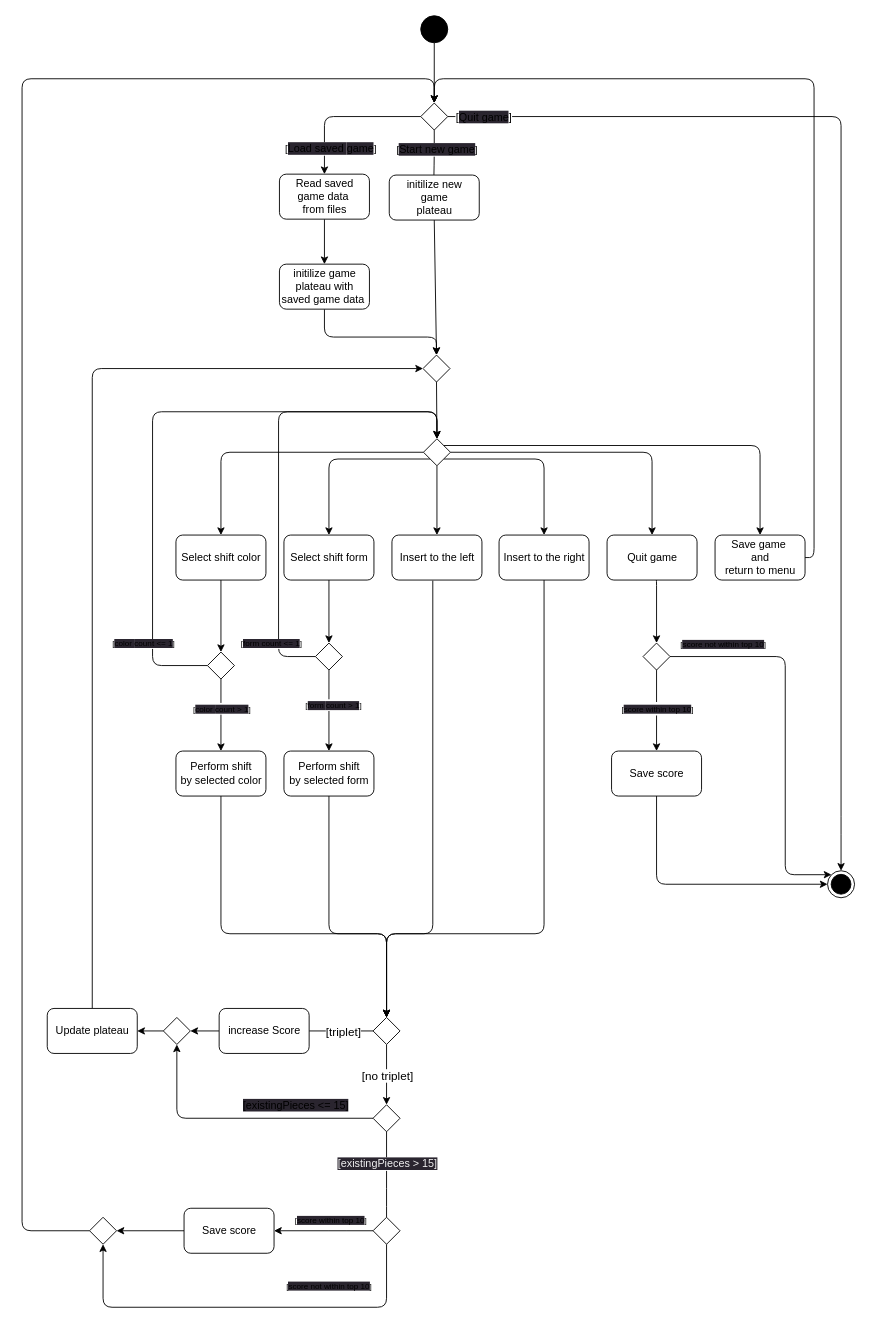
The draw.io diagram docs/diagrams/activityDiagram.drawio in AbderrahimeEl/Tetris, before the edit. Source tidied: cells renumbered, new cells numbered last; positions are measured from the earlier drawing's top-left corner, leaving out a move shared by most shapes. Both pictures are drawn from the tidied source at 90%, with x=0, y=0 at pixel (22, 15).
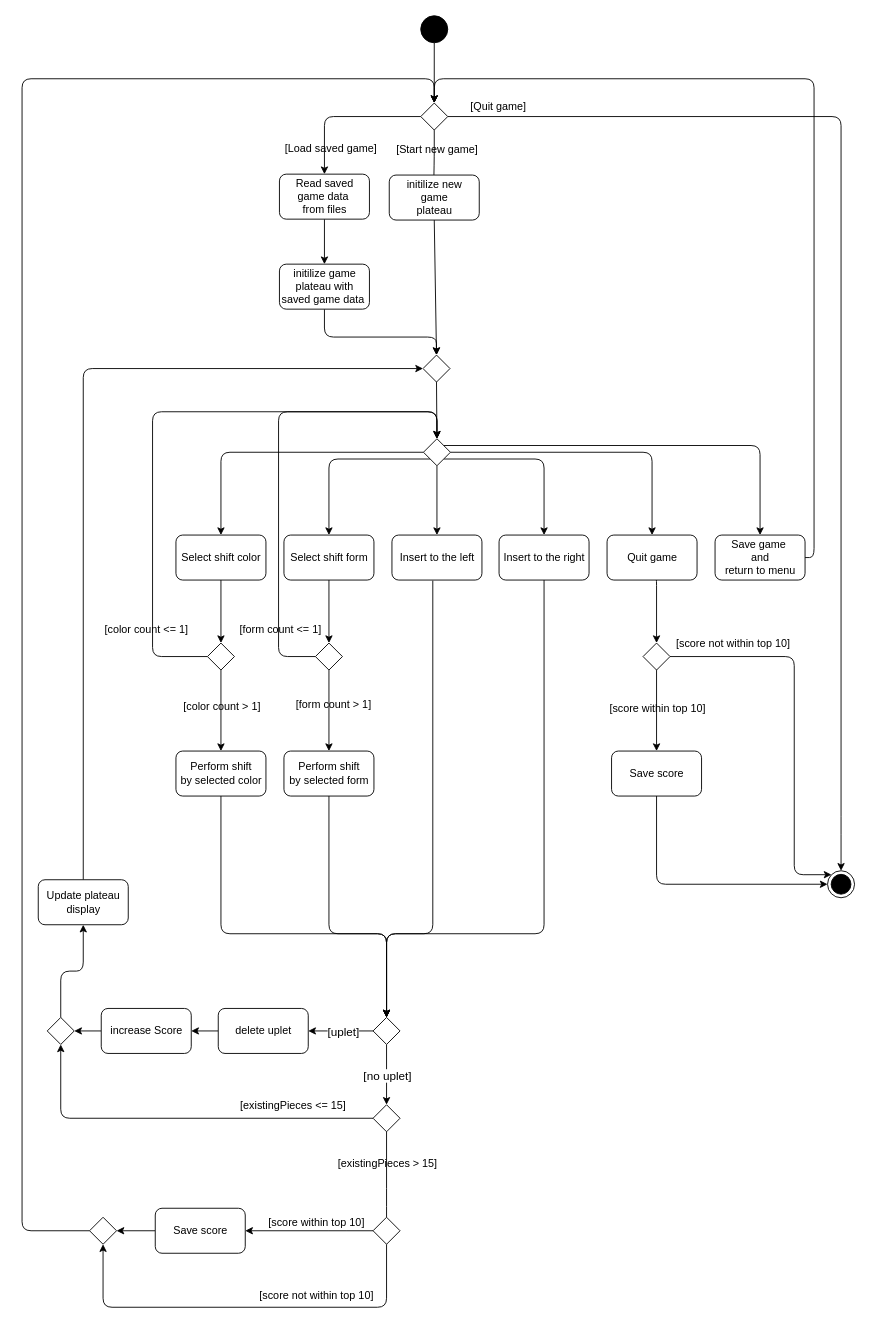
The same page after the edit.

Unchanged cells that the change refers to:
```xml
<mxCell id="2" style="edgeStyle=orthogonalEdgeStyle;html=1;fontSize=13;exitX=0;exitY=0.5;exitDx=0;exitDy=0;entryX=0.5;entryY=0;entryDx=0;entryDy=0;" parent="1" edge="1" source="36" target="9">
  <mxGeometry relative="1" as="geometry">
    <Array as="points">
      <mxPoint x="336" y="112" />
    </Array>
  </mxGeometry>
</mxCell>
<mxCell id="4" style="edgeStyle=orthogonalEdgeStyle;html=1;fontSize=13;exitX=0.5;exitY=1;exitDx=0;exitDy=0;entryX=0.5;entryY=0;entryDx=0;entryDy=0;" parent="1" edge="1" source="36" target="12">
  <mxGeometry relative="1" as="geometry">
    <Array as="points">
      <mxPoint x="457.5" y="156" />
      <mxPoint x="457.5" y="156" />
      <mxPoint x="457.5" y="186" />
      <mxPoint x="457.5" y="186" />
    </Array>
  </mxGeometry>
</mxCell>
<mxCell id="26" style="edgeStyle=orthogonalEdgeStyle;html=1;exitX=0.5;exitY=1;exitDx=0;exitDy=0;entryX=0.5;entryY=0;entryDx=0;entryDy=0;" parent="1" edge="1" source="53" target="58">
  <mxGeometry relative="1" as="geometry" />
</mxCell>
<mxCell id="30" style="ellipse;html=1;shape=endState;fillColor=strokeColor;" parent="1" vertex="1">
  <mxGeometry x="895" y="950" width="30" height="30" as="geometry" />
</mxCell>
<mxCell id="38" style="rhombus;" parent="1" vertex="1">
  <mxGeometry x="446" y="470" width="30" height="30" as="geometry" />
</mxCell>
<mxCell id="40" style="rhombus;" parent="1" vertex="1">
  <mxGeometry x="445.5" y="377" width="30" height="30" as="geometry" />
</mxCell>
<mxCell id="41" style="edgeStyle=orthogonalEdgeStyle;html=1;entryX=0.5;entryY=0;entryDx=0;entryDy=0;exitX=0.5;exitY=1;exitDx=0;exitDy=0;" parent="1" edge="1" source="60" target="46">
  <mxGeometry relative="1" as="geometry" />
</mxCell>
<mxCell id="47" style="edgeStyle=orthogonalEdgeStyle;html=1;fontSize=9;entryX=0.5;entryY=0;entryDx=0;entryDy=0;exitX=0;exitY=0.5;exitDx=0;exitDy=0;" parent="1" edge="1" source="59" target="38">
  <mxGeometry relative="1" as="geometry">
    <Array as="points">
      <mxPoint x="285" y="712" />
      <mxPoint x="285" y="440" />
      <mxPoint x="461" y="440" />
    </Array>
  </mxGeometry>
</mxCell>
<mxCell id="53" style="rhombus;labelBackgroundColor=none;labelBorderColor=none;fontSize=9;html=0;" parent="1" vertex="1">
  <mxGeometry x="390" y="1113" width="30" height="30" as="geometry" />
</mxCell>
<mxCell id="58" style="rhombus;labelBackgroundColor=none;labelBorderColor=none;fontSize=12;html=0;" parent="1" vertex="1">
  <mxGeometry x="390" y="1210" width="30" height="30" as="geometry" />
</mxCell>
<mxCell id="64" style="edgeStyle=orthogonalEdgeStyle;html=1;entryX=0.5;entryY=0;entryDx=0;entryDy=0;fontSize=12;endArrow=classic;endFill=1;exitX=1;exitY=0.5;exitDx=0;exitDy=0;" parent="1" edge="1" source="36" target="30">
  <mxGeometry relative="1" as="geometry">
    <Array as="points">
      <mxPoint x="910" y="112" />
      <mxPoint x="910" y="900" />
      <mxPoint x="910" y="900" />
    </Array>
  </mxGeometry>
</mxCell>
<mxCell id="66" style="edgeStyle=orthogonalEdgeStyle;html=1;exitX=0.5;exitY=1;exitDx=0;exitDy=0;endArrow=none;entryX=0.5;entryY=0;entryDx=0;entryDy=0;" parent="1" edge="1" source="58" target="78">
  <mxGeometry relative="1" as="geometry">
    <Array as="points">
      <mxPoint x="405" y="1313" />
      <mxPoint x="405" y="1443" />
    </Array>
  </mxGeometry>
</mxCell>
<mxCell id="69" style="edgeStyle=orthogonalEdgeStyle;html=1;fontSize=12;endArrow=classic;endFill=1;entryX=0.5;entryY=0;entryDx=0;entryDy=0;" parent="1" edge="1" source="73" target="80">
  <mxGeometry relative="1" as="geometry" />
</mxCell>
<mxCell id="73" style="rhombus;labelBackgroundColor=none;labelBorderColor=none;fontSize=12;html=0;" parent="1" vertex="1">
  <mxGeometry x="690" y="697" width="30" height="30" as="geometry" />
</mxCell>
<mxCell id="74" style="edgeStyle=orthogonalEdgeStyle;html=1;entryX=1;entryY=0.5;entryDx=0;entryDy=0;fontSize=12;endArrow=classic;endFill=1;" parent="1" edge="1" source="78" target="82">
  <mxGeometry relative="1" as="geometry">
    <Array as="points">
      <mxPoint x="350" y="1350" />
      <mxPoint x="350" y="1350" />
    </Array>
  </mxGeometry>
</mxCell>
<mxCell id="76" style="edgeStyle=orthogonalEdgeStyle;html=1;fontSize=12;endArrow=classic;endFill=1;entryX=0.5;entryY=1;entryDx=0;entryDy=0;" parent="1" edge="1" source="78" target="84">
  <mxGeometry relative="1" as="geometry">
    <Array as="points">
      <mxPoint x="405" y="1435" />
      <mxPoint x="90" y="1435" />
    </Array>
  </mxGeometry>
</mxCell>
```

The edit, as a diff of the source:
```diff
@@
-    <mxCell id="3" value="[&lt;span style=&quot;font-size: 12px; background-color: rgb(42, 37, 47);&quot;&gt;Load saved&amp;nbsp;&lt;/span&gt;&lt;span style=&quot;font-size: 12px; background-color: rgb(42, 37, 47);&quot;&gt;game&lt;/span&gt;]" style="edgeLabel;html=1;align=center;verticalAlign=middle;" parent="2" vertex="1">
+    <mxCell id="3" value="[&lt;span style=&quot;font-size: 12px;&quot;&gt;Load saved&amp;nbsp;&lt;/span&gt;&lt;span style=&quot;font-size: 12px;&quot;&gt;game&lt;/span&gt;]" style="edgeLabel;html=1;align=center;verticalAlign=middle;labelBackgroundColor=none;fontSize=12;" parent="2" vertex="1">
       <mxGeometry x="-0.57" y="2" relative="1" as="geometry">
         <mxPoint x="-64" y="33" as="offset" />
       </mxGeometry>
     </mxCell>
@@
-    <mxCell id="5" value="[&lt;span style=&quot;font-size: 12px; background-color: rgb(42, 37, 47);&quot;&gt;Start new game&lt;/span&gt;]" style="edgeLabel;html=1;align=center;verticalAlign=middle;" parent="4" vertex="1">
+    <mxCell id="5" value="[&lt;span style=&quot;font-size: 12px;&quot;&gt;Start new game&lt;/span&gt;]" style="edgeLabel;html=1;align=center;verticalAlign=middle;labelBackgroundColor=none;fontSize=12;" parent="4" vertex="1">
       <mxGeometry x="-0.16" y="2" relative="1" as="geometry">
         <mxPoint x="1" y="-8" as="offset" />
       </mxGeometry>
     </mxCell>
@@
-    <mxCell id="27" value="&lt;span style=&quot;font-size: 13px;&quot;&gt;[no triplet]&lt;/span&gt;" style="edgeLabel;html=1;align=center;verticalAlign=middle;" parent="26" vertex="1">
+    <mxCell id="27" value="&lt;span style=&quot;font-size: 13px;&quot;&gt;[no uplet]&lt;/span&gt;" style="edgeLabel;html=1;align=center;verticalAlign=middle;" parent="26" vertex="1">
       <mxGeometry x="-0.73" y="-3" relative="1" as="geometry">
         <mxPoint x="3" y="25" as="offset" />
       </mxGeometry>
     </mxCell>
     <mxCell id="28" style="edgeStyle=orthogonalEdgeStyle;html=1;entryX=0.5;entryY=1;entryDx=0;entryDy=0;exitX=0;exitY=0.5;exitDx=0;exitDy=0;" parent="1" edge="1" source="58" target="57">
       <mxGeometry relative="1" as="geometry">
         <Array as="points">
-          <mxPoint x="172" y="1225" />
+          <mxPoint x="43" y="1225" />
         </Array>
       </mxGeometry>
     </mxCell>
-    <mxCell id="29" value="&lt;span style=&quot;background-color: rgb(42, 37, 47); font-size: 12px;&quot;&gt;[existingPieces &amp;lt;= 15]&lt;/span&gt;" style="edgeLabel;html=1;align=center;verticalAlign=middle;fontSize=12;fontStyle=0;" parent="28" vertex="1">
+    <mxCell id="29" value="&lt;span style=&quot;font-size: 12px;&quot;&gt;[existingPieces &amp;lt;= 15]&lt;/span&gt;" style="edgeLabel;html=1;align=center;verticalAlign=middle;fontSize=12;fontStyle=0;labelBackgroundColor=none;" parent="28" vertex="1">
       <mxGeometry x="-0.95" y="1" relative="1" as="geometry">
         <mxPoint x="-79" y="-16" as="offset" />
       </mxGeometry>
     </mxCell>
@@
-    <mxCell id="33" style="edgeStyle=orthogonalEdgeStyle;html=1;entryX=0;entryY=0.5;entryDx=0;entryDy=0;fontSize=13;endArrow=none;endFill=0;" parent="1" edge="1" source="35" target="53">
+    <mxCell id="33" style="edgeStyle=orthogonalEdgeStyle;html=1;entryX=0;entryY=0.5;entryDx=0;entryDy=0;fontSize=13;endArrow=none;endFill=0;exitX=1;exitY=0.5;exitDx=0;exitDy=0;startArrow=classic;startFill=1;" parent="1" edge="1" source="86" target="53">
       <mxGeometry relative="1" as="geometry" />
     </mxCell>
-    <mxCell id="34" value="[triplet]" style="edgeLabel;html=1;align=center;verticalAlign=middle;fontSize=13;" parent="33" vertex="1">
+    <mxCell id="34" value="[uplet]" style="edgeLabel;html=1;align=center;verticalAlign=middle;fontSize=13;" parent="33" vertex="1">
       <mxGeometry x="0.66" y="-2" relative="1" as="geometry">
         <mxPoint x="-22" y="-2" as="offset" />
       </mxGeometry>
     </mxCell>
+    <mxCell id="85" style="edgeStyle=none;html=1;exitX=1;exitY=0.5;exitDx=0;exitDy=0;entryX=0;entryY=0.5;entryDx=0;entryDy=0;startArrow=classic;startFill=1;endArrow=none;endFill=0;" parent="1" edge="1" source="35" target="86">
+      <mxGeometry relative="1" as="geometry" />
+    </mxCell>
     <mxCell id="35" value="increase Score" style="html=1;dashed=0;whitespace=wrap;rounded=1;glass=0;shadow=0;" parent="1" vertex="1">
-      <mxGeometry x="219" y="1103" width="100" height="50" as="geometry" />
+      <mxGeometry x="88" y="1103" width="100" height="50" as="geometry" />
     </mxCell>
@@
-    <mxCell id="42" value="&lt;span style=&quot;font-size: 9px;&quot;&gt;[&lt;/span&gt;&lt;span style=&quot;font-size: 9px; background-color: rgb(42, 37, 47);&quot;&gt;color&amp;nbsp;&lt;/span&gt;&lt;span style=&quot;font-size: 9px; background-color: rgb(42, 37, 47);&quot;&gt;count &amp;gt; 1&lt;/span&gt;&lt;span style=&quot;font-size: 9px;&quot;&gt;]&lt;/span&gt;" style="edgeLabel;html=1;align=center;verticalAlign=middle;" parent="41" vertex="1">
+    <mxCell id="42" value="&lt;span style=&quot;font-size: 12px;&quot;&gt;[&lt;/span&gt;&lt;span style=&quot;font-size: 12px;&quot;&gt;color&amp;nbsp;&lt;/span&gt;&lt;span style=&quot;font-size: 12px;&quot;&gt;count &amp;gt; 1&lt;/span&gt;&lt;span style=&quot;font-size: 12px;&quot;&gt;]&lt;/span&gt;" style="edgeLabel;html=1;align=center;verticalAlign=middle;labelBackgroundColor=none;fontSize=12;" parent="41" vertex="1">
       <mxGeometry x="-0.77" relative="1" as="geometry">
-        <mxPoint y="23" as="offset" />
+        <mxPoint y="30" as="offset" />
       </mxGeometry>
     </mxCell>
     <mxCell id="43" style="edgeStyle=orthogonalEdgeStyle;html=1;entryX=0.5;entryY=0;entryDx=0;entryDy=0;fontSize=9;exitX=0;exitY=0.5;exitDx=0;exitDy=0;" parent="1" edge="1" source="60" target="38">
       <mxGeometry relative="1" as="geometry">
         <Array as="points">
-          <mxPoint x="145" y="722" />
+          <mxPoint x="145" y="712" />
           <mxPoint x="145" y="440" />
           <mxPoint x="461" y="440" />
         </Array>
       </mxGeometry>
     </mxCell>
-    <mxCell id="44" value="[&lt;span style=&quot;background-color: rgb(42, 37, 47);&quot;&gt;color&amp;nbsp;&lt;/span&gt;&lt;span style=&quot;background-color: rgb(42, 37, 47);&quot;&gt;count &amp;lt;= 1&lt;/span&gt;]" style="edgeLabel;html=1;align=center;verticalAlign=middle;fontSize=9;" parent="43" vertex="1">
+    <mxCell id="44" value="[&lt;span style=&quot;font-size: 12px;&quot;&gt;color&amp;nbsp;&lt;/span&gt;&lt;span style=&quot;font-size: 12px;&quot;&gt;count &amp;lt;= 1&lt;/span&gt;]" style="edgeLabel;html=1;align=center;verticalAlign=middle;fontSize=12;labelBackgroundColor=none;" parent="43" vertex="1">
       <mxGeometry x="-0.86" y="-3" relative="1" as="geometry">
-        <mxPoint x="-24" y="-22" as="offset" />
+        <mxPoint x="-21" y="-28" as="offset" />
       </mxGeometry>
     </mxCell>
@@
-    <mxCell id="48" value="[&lt;span style=&quot;background-color: rgb(42, 37, 47);&quot;&gt;form&amp;nbsp;&lt;/span&gt;&lt;span style=&quot;background-color: rgb(42, 37, 47);&quot;&gt;count &amp;lt;= 1&lt;/span&gt;]" style="edgeLabel;html=1;align=center;verticalAlign=middle;fontSize=9;" parent="47" vertex="1">
+    <mxCell id="48" value="[&lt;span style=&quot;font-size: 12px;&quot;&gt;form&amp;nbsp;&lt;/span&gt;&lt;span style=&quot;font-size: 12px;&quot;&gt;count &amp;lt;= 1&lt;/span&gt;]" style="edgeLabel;html=1;align=center;verticalAlign=middle;fontSize=12;labelBackgroundColor=none;" parent="47" vertex="1">
       <mxGeometry x="-0.86" y="-3" relative="1" as="geometry">
-        <mxPoint x="-14" y="-12" as="offset" />
+        <mxPoint x="-4" y="-28" as="offset" />
       </mxGeometry>
     </mxCell>
@@
-    <mxCell id="52" value="&lt;span style=&quot;font-size: 9px;&quot;&gt;[&lt;/span&gt;&lt;span style=&quot;font-size: 9px; background-color: rgb(42, 37, 47);&quot;&gt;form&amp;nbsp;&lt;/span&gt;&lt;span style=&quot;font-size: 9px; background-color: rgb(42, 37, 47);&quot;&gt;count &amp;gt; 1&lt;/span&gt;&lt;span style=&quot;font-size: 9px;&quot;&gt;]&lt;/span&gt;" style="edgeLabel;html=1;align=center;verticalAlign=middle;" parent="1" vertex="1">
+    <mxCell id="52" value="&lt;span style=&quot;font-size: 12px;&quot;&gt;[&lt;/span&gt;&lt;span style=&quot;font-size: 12px;&quot;&gt;form&amp;nbsp;&lt;/span&gt;&lt;span style=&quot;font-size: 12px;&quot;&gt;count &amp;gt; 1&lt;/span&gt;&lt;span style=&quot;font-size: 12px;&quot;&gt;]&lt;/span&gt;" style="edgeLabel;html=1;align=center;verticalAlign=middle;labelBackgroundColor=none;fontSize=12;" parent="1" vertex="1">
       <mxGeometry x="341" y="767" as="geometry">
         <mxPoint x="4" y="-2" as="offset" />
       </mxGeometry>
     </mxCell>
@@
     <mxCell id="54" style="edgeStyle=orthogonalEdgeStyle;html=1;fontSize=9;entryX=0;entryY=0.5;entryDx=0;entryDy=0;exitX=0.5;exitY=0;exitDx=0;exitDy=0;" parent="1" edge="1" source="55" target="40">
       <mxGeometry relative="1" as="geometry">
         <Array as="points">
-          <mxPoint x="78" y="392" />
+          <mxPoint x="68" y="392" />
         </Array>
       </mxGeometry>
     </mxCell>
-    <mxCell id="55" value="Update plateau" style="html=1;dashed=0;whitespace=wrap;rounded=1;glass=0;shadow=0;" parent="1" vertex="1">
-      <mxGeometry x="28" y="1103" width="100" height="50" as="geometry" />
+    <mxCell id="55" value="Update plateau&lt;br&gt;display" style="html=1;dashed=0;whitespace=wrap;rounded=1;glass=0;shadow=0;" parent="1" vertex="1">
+      <mxGeometry x="18" y="960" width="100" height="50" as="geometry" />
     </mxCell>
-    <mxCell id="56" style="edgeStyle=orthogonalEdgeStyle;html=1;entryX=1;entryY=0.5;entryDx=0;entryDy=0;fontSize=9;" parent="1" edge="1" source="57" target="55">
+    <mxCell id="56" style="edgeStyle=orthogonalEdgeStyle;html=1;entryX=0.5;entryY=1;entryDx=0;entryDy=0;fontSize=9;" parent="1" edge="1" source="57" target="55">
       <mxGeometry relative="1" as="geometry" />
     </mxCell>
     <mxCell id="57" style="rhombus;labelBackgroundColor=none;labelBorderColor=none;fontSize=9;html=0;" parent="1" vertex="1">
-      <mxGeometry x="157" y="1113" width="30" height="30" as="geometry" />
+      <mxGeometry x="28" y="1113" width="30" height="30" as="geometry" />
     </mxCell>
@@
     <mxCell id="60" style="rhombus;labelBackgroundColor=none;labelBorderColor=none;fontSize=12;html=0;" parent="1" vertex="1">
-      <mxGeometry x="206" y="707" width="30" height="30" as="geometry" />
+      <mxGeometry x="206" y="697" width="30" height="30" as="geometry" />
     </mxCell>
@@
-    <mxCell id="65" value="[&lt;span style=&quot;background-color: rgb(42, 37, 47);&quot;&gt;Quit game&lt;/span&gt;]" style="edgeLabel;html=1;align=center;verticalAlign=middle;fontSize=12;" parent="64" vertex="1">
+    <mxCell id="65" value="[&lt;span style=&quot;font-size: 12px;&quot;&gt;Quit game&lt;/span&gt;]" style="edgeLabel;html=1;align=center;verticalAlign=middle;fontSize=12;labelBackgroundColor=none;" parent="64" vertex="1">
       <mxGeometry x="-0.85" y="2" relative="1" as="geometry">
-        <mxPoint x="-57" y="2" as="offset" />
+        <mxPoint x="-41" y="-10" as="offset" />
       </mxGeometry>
     </mxCell>
@@
-    <mxCell id="67" value="&lt;span style=&quot;color: rgb(240, 240, 240); font-family: Helvetica; font-size: 12px; font-style: normal; font-variant-ligatures: normal; font-variant-caps: normal; font-weight: 400; letter-spacing: normal; orphans: 2; text-align: center; text-indent: 0px; text-transform: none; widows: 2; word-spacing: 0px; -webkit-text-stroke-width: 0px; background-color: rgb(42, 37, 47); text-decoration-thickness: initial; text-decoration-style: initial; text-decoration-color: initial; float: none; display: inline !important;&quot;&gt;[existingPieces &amp;gt; 15]&lt;/span&gt;" style="edgeLabel;html=1;align=center;verticalAlign=middle;fontSize=12;" parent="66" vertex="1">
+    <mxCell id="67" value="&lt;span style=&quot;font-family: Helvetica; font-size: 12px; font-style: normal; font-variant-ligatures: normal; font-variant-caps: normal; font-weight: 400; letter-spacing: normal; orphans: 2; text-align: center; text-indent: 0px; text-transform: none; widows: 2; word-spacing: 0px; -webkit-text-stroke-width: 0px; text-decoration-thickness: initial; text-decoration-style: initial; text-decoration-color: initial; float: none; display: inline !important;&quot;&gt;[existingPieces &amp;gt; 15]&lt;/span&gt;" style="edgeLabel;html=1;align=center;verticalAlign=middle;fontSize=12;labelBackgroundColor=none;fontColor=default;" parent="66" vertex="1">
       <mxGeometry x="-0.68" y="-1" relative="1" as="geometry">
         <mxPoint x="1" y="20" as="offset" />
       </mxGeometry>
     </mxCell>
@@
-    <mxCell id="70" value="&lt;span style=&quot;font-size: 9px;&quot;&gt;[&lt;span style=&quot;background-color: rgb(42, 37, 47);&quot;&gt;score within top 10&lt;/span&gt;&lt;/span&gt;&lt;span style=&quot;font-size: 9px;&quot;&gt;]&lt;/span&gt;" style="edgeLabel;html=1;align=center;verticalAlign=middle;fontSize=12;" parent="69" vertex="1">
+    <mxCell id="70" value="&lt;span style=&quot;font-size: 12px;&quot;&gt;[&lt;span style=&quot;font-size: 12px;&quot;&gt;score within top 10&lt;/span&gt;&lt;/span&gt;&lt;span style=&quot;font-size: 12px;&quot;&gt;]&lt;/span&gt;" style="edgeLabel;html=1;align=center;verticalAlign=middle;fontSize=12;labelBackgroundColor=none;" parent="69" vertex="1">
       <mxGeometry x="-0.7" relative="1" as="geometry">
         <mxPoint y="28" as="offset" />
       </mxGeometry>
     </mxCell>
     <mxCell id="71" style="edgeStyle=orthogonalEdgeStyle;html=1;entryX=0;entryY=0;entryDx=0;entryDy=0;fontSize=12;endArrow=classic;endFill=1;exitX=1;exitY=0.5;exitDx=0;exitDy=0;" parent="1" edge="1" source="73" target="30">
       <mxGeometry relative="1" as="geometry">
         <Array as="points">
-          <mxPoint x="848" y="712" />
-          <mxPoint x="848" y="954" />
+          <mxPoint x="858" y="712" />
+          <mxPoint x="858" y="954" />
         </Array>
       </mxGeometry>
     </mxCell>
-    <mxCell id="72" value="&lt;span style=&quot;font-size: 9px;&quot;&gt;[&lt;span style=&quot;background-color: rgb(42, 37, 47);&quot;&gt;score not within top 10&lt;/span&gt;&lt;/span&gt;&lt;span style=&quot;font-size: 9px;&quot;&gt;]&lt;/span&gt;" style="edgeLabel;html=1;align=center;verticalAlign=middle;fontSize=12;" parent="71" vertex="1">
+    <mxCell id="72" value="&lt;span style=&quot;font-size: 12px;&quot;&gt;[&lt;span style=&quot;font-size: 12px;&quot;&gt;score not within top 10&lt;/span&gt;&lt;/span&gt;&lt;span style=&quot;font-size: 12px;&quot;&gt;]&lt;/span&gt;" style="edgeLabel;html=1;align=center;verticalAlign=middle;fontSize=12;labelBackgroundColor=none;" parent="71" vertex="1">
       <mxGeometry x="-0.84" relative="1" as="geometry">
-        <mxPoint x="24" y="-15" as="offset" />
+        <mxPoint x="35" y="-15" as="offset" />
       </mxGeometry>
     </mxCell>
@@
-    <mxCell id="75" value="&lt;span style=&quot;font-size: 9px;&quot;&gt;[&lt;span style=&quot;background-color: rgb(42, 37, 47);&quot;&gt;score within top 10&lt;/span&gt;&lt;/span&gt;&lt;span style=&quot;font-size: 9px;&quot;&gt;]&lt;/span&gt;" style="edgeLabel;html=1;align=center;verticalAlign=middle;fontSize=12;" parent="74" vertex="1">
+    <mxCell id="75" value="&lt;span style=&quot;font-size: 12px;&quot;&gt;[&lt;span style=&quot;font-size: 12px;&quot;&gt;score within top 10&lt;/span&gt;&lt;/span&gt;&lt;span style=&quot;font-size: 12px;&quot;&gt;]&lt;/span&gt;" style="edgeLabel;html=1;align=center;verticalAlign=middle;fontSize=12;labelBackgroundColor=default;" parent="74" vertex="1">
       <mxGeometry x="-0.69" relative="1" as="geometry">
-        <mxPoint x="-31" y="-13" as="offset" />
+        <mxPoint x="-42" y="-10" as="offset" />
       </mxGeometry>
     </mxCell>
@@
-    <mxCell id="77" value="&lt;span style=&quot;font-size: 9px;&quot;&gt;[&lt;span style=&quot;background-color: rgb(42, 37, 47);&quot;&gt;score not within top 10&lt;/span&gt;&lt;/span&gt;&lt;span style=&quot;font-size: 9px;&quot;&gt;]&lt;/span&gt;" style="edgeLabel;html=1;align=center;verticalAlign=middle;fontSize=12;" parent="76" vertex="1">
+    <mxCell id="77" value="&lt;span style=&quot;font-size: 12px;&quot;&gt;[&lt;span style=&quot;font-size: 12px;&quot;&gt;score not within top 10&lt;/span&gt;&lt;/span&gt;&lt;span style=&quot;font-size: 12px;&quot;&gt;]&lt;/span&gt;" style="edgeLabel;html=1;align=center;verticalAlign=middle;fontSize=12;labelBackgroundColor=none;fontColor=default;" parent="76" vertex="1">
       <mxGeometry x="-0.79" relative="1" as="geometry">
-        <mxPoint x="-65" y="-3" as="offset" />
+        <mxPoint x="-79" y="8" as="offset" />
       </mxGeometry>
     </mxCell>
@@
     <mxCell id="82" value="Save score" style="html=1;dashed=0;whitespace=wrap;rounded=1;glass=0;shadow=0;" parent="1" vertex="1">
-      <mxGeometry x="180" y="1325" width="100" height="50" as="geometry" />
+      <mxGeometry x="148" y="1325" width="100" height="50" as="geometry" />
     </mxCell>
@@
+    <mxCell id="86" value="delete uplet" style="html=1;dashed=0;whitespace=wrap;rounded=1;glass=0;shadow=0;" parent="1" vertex="1">
+      <mxGeometry x="218" y="1103" width="100" height="50" as="geometry" />
+    </mxCell>
```
